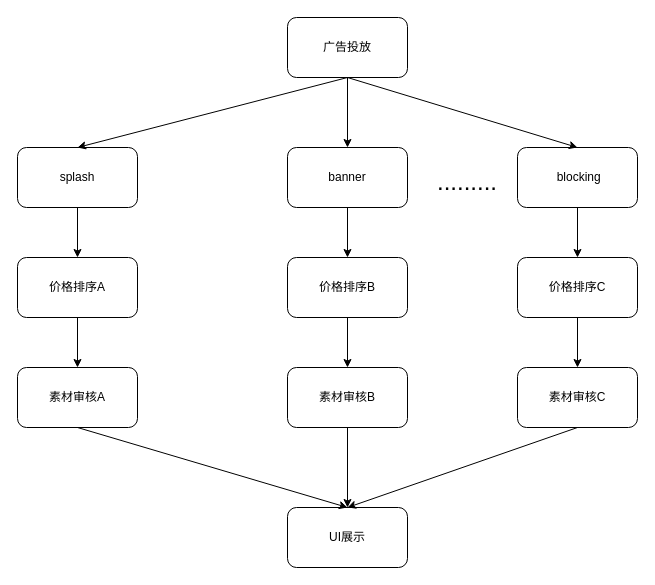
Before: moji/商业化竞价核心逻辑.drawio in HengqianSong/drawIO, a draw.io diagram. Source tidied: cells renumbered, new cells numbered last; positions are measured from the earlier drawing's top-left corner, leaving out a move shared by most shapes. Both pictures are drawn from the tidied source at 100%, with x=0, y=0 at pixel (17, 17).
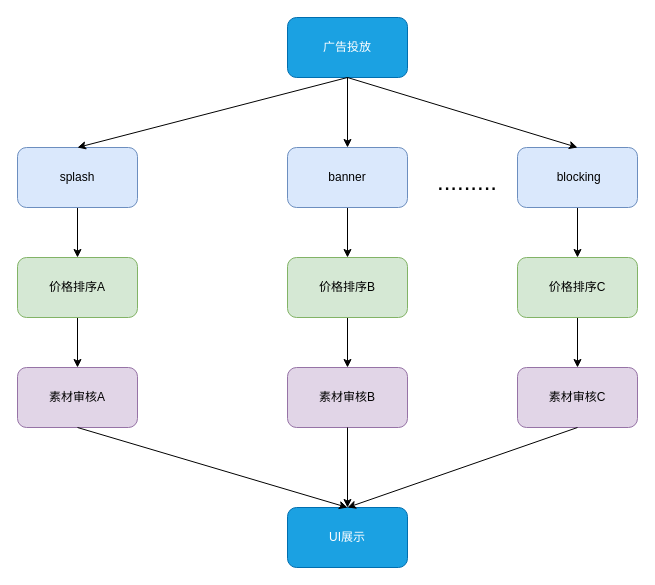
After the change.

Commit message (it also covers changes not shown here):
更新商业化竞价核心逻辑.drawio

Change to the diagram source:
```diff
@@
-    <mxCell id="2" value="广告投放" style="rounded=1;whiteSpace=wrap;html=1;" parent="1" vertex="1">
+    <mxCell id="2" value="广告投放" style="rounded=1;whiteSpace=wrap;html=1;fillColor=#1ba1e2;fontColor=#ffffff;strokeColor=#006EAF;" parent="1" vertex="1">
       <mxGeometry x="270" width="120" height="60" as="geometry" />
     </mxCell>
@@
-    <mxCell id="4" value="splash" style="rounded=1;whiteSpace=wrap;html=1;" parent="1" vertex="1">
+    <mxCell id="4" value="splash" style="rounded=1;whiteSpace=wrap;html=1;fillColor=#dae8fc;strokeColor=#6c8ebf;" parent="1" vertex="1">
       <mxGeometry y="130" width="120" height="60" as="geometry" />
     </mxCell>
@@
-    <mxCell id="6" value="banner" style="rounded=1;whiteSpace=wrap;html=1;" parent="1" vertex="1">
+    <mxCell id="6" value="banner" style="rounded=1;whiteSpace=wrap;html=1;fillColor=#dae8fc;strokeColor=#6c8ebf;" parent="1" vertex="1">
       <mxGeometry x="270" y="130" width="120" height="60" as="geometry" />
     </mxCell>
@@
-    <mxCell id="8" value="&amp;nbsp;blocking" style="rounded=1;whiteSpace=wrap;html=1;" parent="1" vertex="1">
+    <mxCell id="8" value="&amp;nbsp;blocking" style="rounded=1;whiteSpace=wrap;html=1;fillColor=#dae8fc;strokeColor=#6c8ebf;" parent="1" vertex="1">
       <mxGeometry x="500" y="130" width="120" height="60" as="geometry" />
     </mxCell>
@@
-    <mxCell id="14" value="价格排序A" style="rounded=1;whiteSpace=wrap;html=1;" parent="1" vertex="1">
+    <mxCell id="14" value="价格排序A" style="rounded=1;whiteSpace=wrap;html=1;fillColor=#d5e8d4;strokeColor=#82b366;" parent="1" vertex="1">
       <mxGeometry y="240" width="120" height="60" as="geometry" />
     </mxCell>
@@
-    <mxCell id="16" value="价格排序B" style="rounded=1;whiteSpace=wrap;html=1;" parent="1" vertex="1">
+    <mxCell id="16" value="价格排序B" style="rounded=1;whiteSpace=wrap;html=1;fillColor=#d5e8d4;strokeColor=#82b366;" parent="1" vertex="1">
       <mxGeometry x="270" y="240" width="120" height="60" as="geometry" />
     </mxCell>
@@
-    <mxCell id="18" value="价格排序C" style="rounded=1;whiteSpace=wrap;html=1;" parent="1" vertex="1">
+    <mxCell id="18" value="价格排序C" style="rounded=1;whiteSpace=wrap;html=1;fillColor=#d5e8d4;strokeColor=#82b366;" parent="1" vertex="1">
       <mxGeometry x="500" y="240" width="120" height="60" as="geometry" />
     </mxCell>
-    <mxCell id="19" value="素材审核A" style="rounded=1;whiteSpace=wrap;html=1;" parent="1" vertex="1">
+    <mxCell id="19" value="素材审核A" style="rounded=1;whiteSpace=wrap;html=1;fillColor=#e1d5e7;strokeColor=#9673a6;" parent="1" vertex="1">
       <mxGeometry y="350" width="120" height="60" as="geometry" />
     </mxCell>
-    <mxCell id="20" value="素材审核B" style="rounded=1;whiteSpace=wrap;html=1;" parent="1" vertex="1">
+    <mxCell id="20" value="素材审核B" style="rounded=1;whiteSpace=wrap;html=1;fillColor=#e1d5e7;strokeColor=#9673a6;" parent="1" vertex="1">
       <mxGeometry x="270" y="350" width="120" height="60" as="geometry" />
     </mxCell>
-    <mxCell id="21" value="素材审核C" style="rounded=1;whiteSpace=wrap;html=1;" parent="1" vertex="1">
+    <mxCell id="21" value="素材审核C" style="rounded=1;whiteSpace=wrap;html=1;fillColor=#e1d5e7;strokeColor=#9673a6;" parent="1" vertex="1">
       <mxGeometry x="500" y="350" width="120" height="60" as="geometry" />
     </mxCell>
-    <mxCell id="22" value="UI展示" style="rounded=1;whiteSpace=wrap;html=1;" parent="1" vertex="1">
+    <mxCell id="22" value="UI展示" style="rounded=1;whiteSpace=wrap;html=1;fillColor=#1ba1e2;strokeColor=#006EAF;fontColor=#ffffff;" parent="1" vertex="1">
       <mxGeometry x="270" y="490" width="120" height="60" as="geometry" />
     </mxCell>
```
